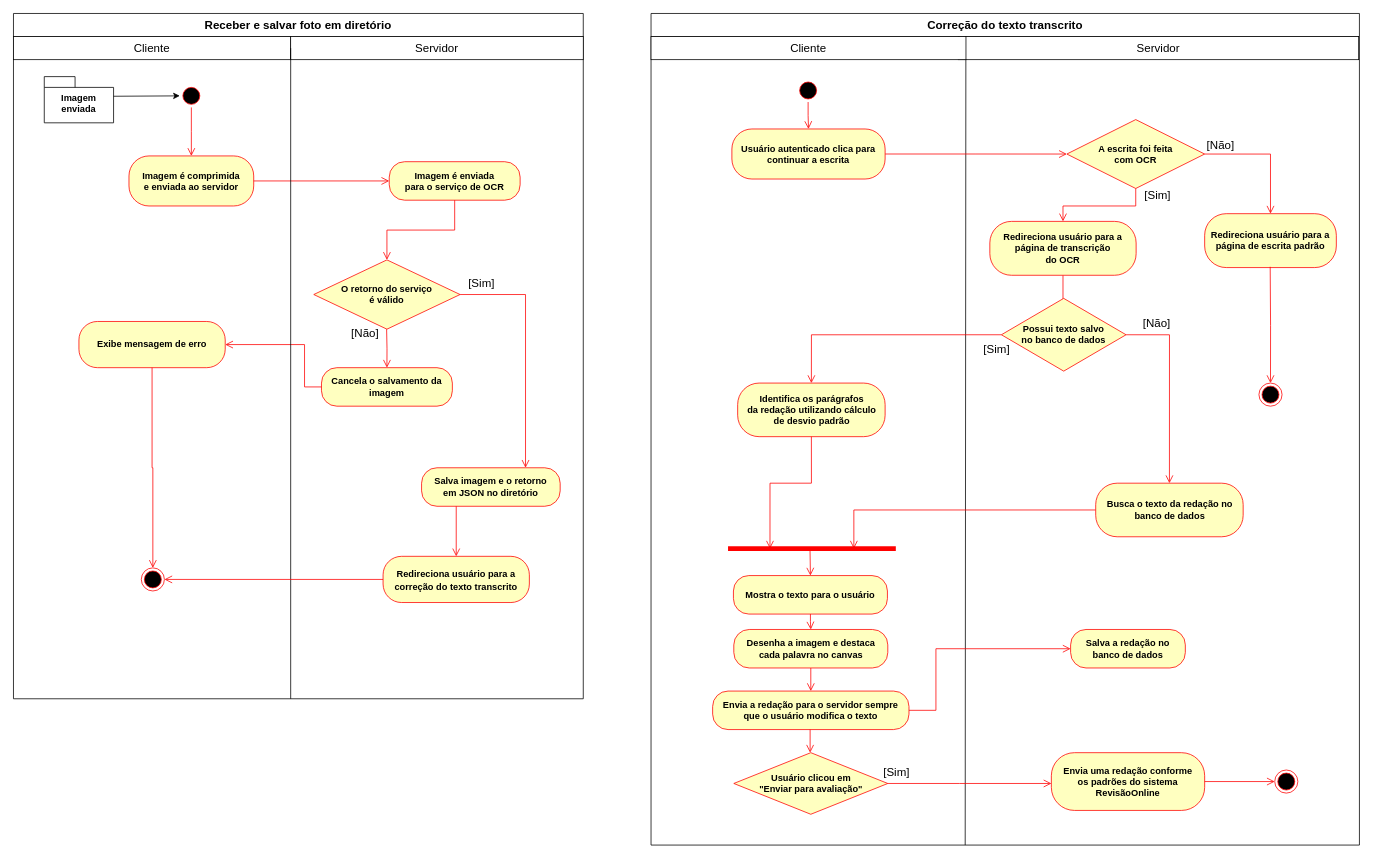
The draw.io diagram Atividade.drawio in zanellaz/javascripto, before the edit. Source tidied: cells renumbered, new cells numbered last; positions are measured from the earlier drawing's top-left corner, leaving out a move shared by most shapes. Both pictures are drawn from the tidied source at 77%, with x=0, y=0 at pixel (13, 13).
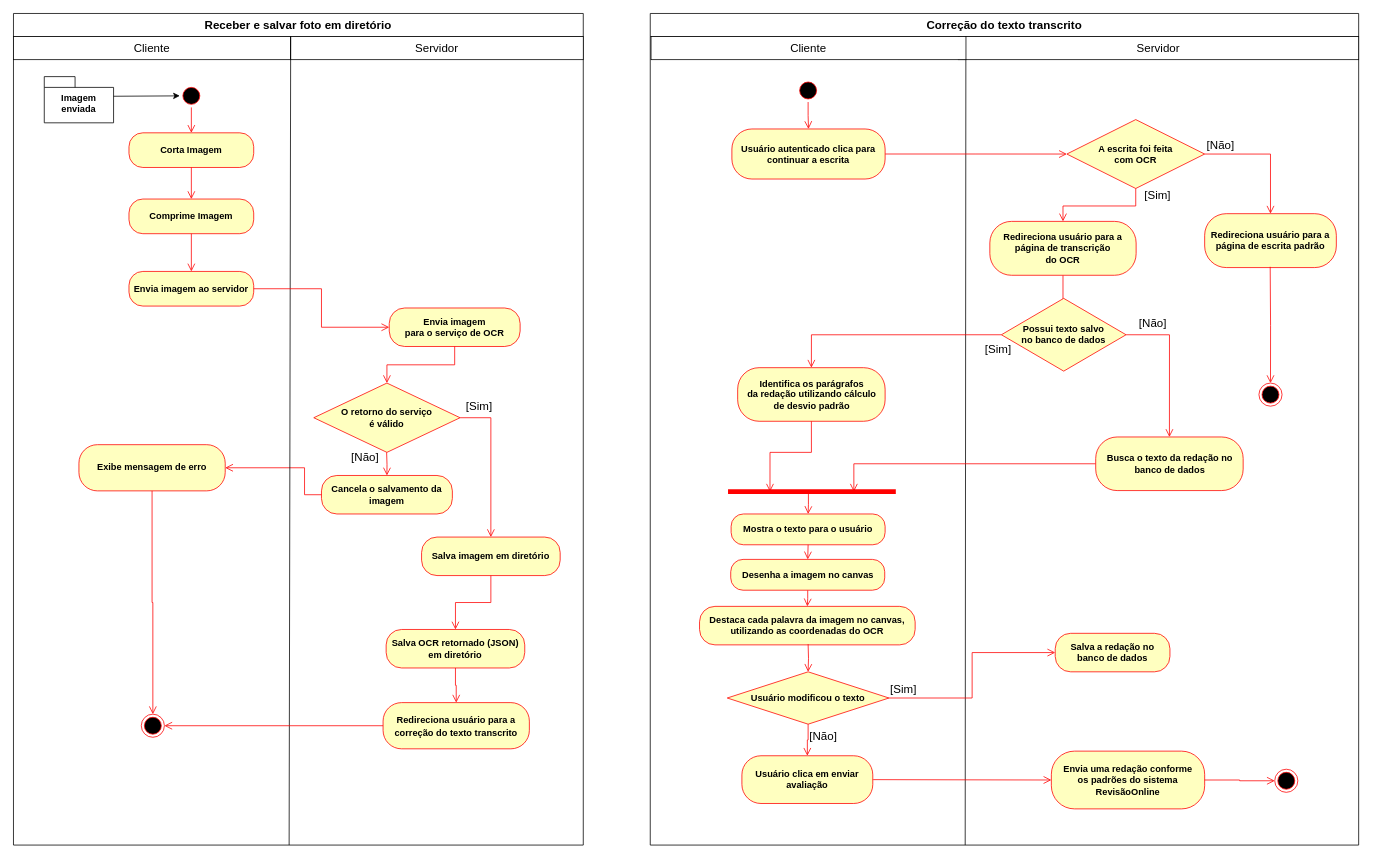
The same page after the edit.

Unchanged cells that the change refers to:
```xml
<mxCell id="4" style="ellipse;html=1;shape=startState;fillColor=#000000;strokeColor=#ff0000;" parent="2" vertex="1">
  <mxGeometry x="216" y="92" width="30" height="30" as="geometry" />
</mxCell>
<mxCell id="14" value="&lt;font style=&quot;font-size: 15px;&quot;&gt;Cliente&lt;/font&gt;" style="html=1;whiteSpace=wrap;" parent="2" vertex="1">
  <mxGeometry y="30" width="360" height="30" as="geometry" />
</mxCell>
```

Change to the diagram source:
```diff
@@
     <mxCell id="2" value="&lt;font style=&quot;font-size: 15px;&quot;&gt;Receber e salvar foto em diretório&lt;/font&gt;" style="swimlane;whiteSpace=wrap;html=1;startSize=30;" parent="1" vertex="1">
-      <mxGeometry width="740" height="890" as="geometry" />
+      <mxGeometry width="740" height="1080" as="geometry" />
     </mxCell>
@@
-    <mxCell id="5" style="edgeStyle=orthogonalEdgeStyle;html=1;verticalAlign=bottom;endArrow=open;endSize=8;strokeColor=#ff0000;rounded=0;" parent="2" edge="1" source="4">
-      <mxGeometry relative="1" as="geometry">
-        <mxPoint x="231" y="185" as="targetPoint" />
-      </mxGeometry>
-    </mxCell>
-    <mxCell id="6" value="&lt;div&gt;&lt;font size=&quot;1&quot;&gt;&lt;b style=&quot;font-size: 12px;&quot;&gt;Imagem é comprimida&lt;br&gt;e enviada ao servidor&lt;br&gt;&lt;/b&gt;&lt;/font&gt;&lt;/div&gt;" style="rounded=1;whiteSpace=wrap;html=1;arcSize=40;fontColor=#000000;fillColor=#ffffc0;strokeColor=#ff0000;" parent="2" vertex="1">
-      <mxGeometry x="150" y="185" width="162" height="65" as="geometry" />
+    <mxCell id="6" value="&lt;div&gt;&lt;font size=&quot;1&quot;&gt;&lt;b style=&quot;font-size: 12px;&quot;&gt;Comprime Imagem&lt;/b&gt;&lt;/font&gt;&lt;/div&gt;" style="rounded=1;whiteSpace=wrap;html=1;arcSize=40;fontColor=#000000;fillColor=#ffffc0;strokeColor=#ff0000;" parent="2" vertex="1">
+      <mxGeometry x="150" y="241" width="162" height="45" as="geometry" />
     </mxCell>
-    <mxCell id="7" style="edgeStyle=orthogonalEdgeStyle;html=1;verticalAlign=bottom;endArrow=open;endSize=8;strokeColor=#ff0000;rounded=0;entryX=0;entryY=0.5;entryDx=0;entryDy=0;" parent="2" edge="1" source="6" target="9">
-      <mxGeometry relative="1" as="geometry" />
-    </mxCell>
@@
-    <mxCell id="9" value="&lt;font style=&quot;font-size: 12px;&quot;&gt;&lt;b&gt;Imagem é enviada &lt;br&gt;para o serviço de OCR&lt;/b&gt;&lt;/font&gt;" style="rounded=1;whiteSpace=wrap;html=1;arcSize=40;fontColor=#000000;fillColor=#ffffc0;strokeColor=#ff0000;" parent="2" vertex="1">
-      <mxGeometry x="488" y="192.5" width="170" height="50" as="geometry" />
+    <mxCell id="9" value="&lt;font style=&quot;font-size: 12px;&quot;&gt;&lt;b&gt;Envia imagem&lt;br&gt;para o serviço de OCR&lt;/b&gt;&lt;/font&gt;" style="rounded=1;whiteSpace=wrap;html=1;arcSize=40;fontColor=#000000;fillColor=#ffffc0;strokeColor=#ff0000;" parent="2" vertex="1">
+      <mxGeometry x="488" y="382.5" width="170" height="50" as="geometry" />
     </mxCell>
     <mxCell id="10" value="&lt;b&gt;Cancela o salvamento da imagem&lt;br&gt;&lt;/b&gt;" style="rounded=1;whiteSpace=wrap;html=1;arcSize=40;fontColor=#000000;fillColor=#ffffc0;strokeColor=#ff0000;" parent="2" vertex="1">
-      <mxGeometry x="400" y="460" width="170" height="50" as="geometry" />
+      <mxGeometry x="400" y="600" width="170" height="50" as="geometry" />
     </mxCell>
     <mxCell id="11" value="&lt;b&gt;Exibe mensagem de erro&lt;/b&gt;" style="rounded=1;whiteSpace=wrap;html=1;arcSize=40;fontColor=#000000;fillColor=#ffffc0;strokeColor=#ff0000;" parent="2" vertex="1">
-      <mxGeometry x="85" y="400" width="190" height="60" as="geometry" />
+      <mxGeometry x="85" y="560" width="190" height="60" as="geometry" />
     </mxCell>
     <mxCell id="12" style="edgeStyle=orthogonalEdgeStyle;html=1;verticalAlign=bottom;endArrow=open;endSize=8;strokeColor=#ff0000;rounded=0;exitX=0;exitY=0.5;exitDx=0;exitDy=0;entryX=1;entryY=0.5;entryDx=0;entryDy=0;" parent="2" edge="1" source="10" target="11">
       <mxGeometry relative="1" as="geometry">
         <Array as="points">
-          <mxPoint x="378" y="485" />
-          <mxPoint x="378" y="430" />
+          <mxPoint x="378" y="625" />
+          <mxPoint x="378" y="590" />
         </Array>
       </mxGeometry>
     </mxCell>
     <mxCell id="13" style="ellipse;html=1;shape=endState;fillColor=#000000;strokeColor=#ff0000;" parent="2" vertex="1">
-      <mxGeometry x="166" y="720" width="30" height="30" as="geometry" />
+      <mxGeometry x="166" y="910" width="30" height="30" as="geometry" />
     </mxCell>
@@
-    <mxCell id="16" style="endArrow=none;html=1;rounded=0;entryX=1;entryY=0.5;entryDx=0;entryDy=0;" parent="2" edge="1">
+    <mxCell id="16" style="endArrow=none;html=1;rounded=0;entryX=1;entryY=0;entryDx=0;entryDy=0;" parent="2" edge="1" target="14">
       <mxGeometry relative="1" as="geometry">
-        <mxPoint x="360" y="890" as="sourcePoint" />
-        <mxPoint x="360" y="45" as="targetPoint" />
+        <mxPoint x="358" y="1080" as="sourcePoint" />
       </mxGeometry>
     </mxCell>
@@
     <mxCell id="18" value="&lt;font style=&quot;font-size: 12px;&quot;&gt;&lt;b&gt;O retorno do serviço&lt;br&gt; é válido&lt;/b&gt;&lt;/font&gt;" style="rhombus;whiteSpace=wrap;html=1;fontColor=#000000;fillColor=#ffffc0;strokeColor=#ff0000;" parent="2" vertex="1">
-      <mxGeometry x="390" y="320" width="190" height="90" as="geometry" />
+      <mxGeometry x="390" y="480" width="190" height="90" as="geometry" />
     </mxCell>
@@
     <mxCell id="20" value="&lt;font style=&quot;font-size: 15px;&quot;&gt;[&lt;/font&gt;&lt;font style=&quot;font-size: 15px;&quot;&gt;Não]&lt;/font&gt;" style="edgeStyle=orthogonalEdgeStyle;html=1;align=left;verticalAlign=top;endArrow=open;endSize=8;strokeColor=#ff0000;rounded=0;entryX=0.5;entryY=0;entryDx=0;entryDy=0;" parent="2" edge="1" target="10">
       <mxGeometry x="-1" y="-48" relative="1" as="geometry">
-        <mxPoint x="484.6" y="410" as="sourcePoint" />
+        <mxPoint x="484.6" y="570" as="sourcePoint" />
         <mxPoint y="-11" as="offset" />
       </mxGeometry>
     </mxCell>
-    <mxCell id="21" value="&lt;font style=&quot;font-size: 15px;&quot;&gt;[&lt;/font&gt;&lt;font style=&quot;font-size: 15px;&quot;&gt;Sim]&lt;/font&gt;" style="edgeStyle=orthogonalEdgeStyle;html=1;align=left;verticalAlign=top;endArrow=open;endSize=8;strokeColor=#ff0000;rounded=0;entryX=0.75;entryY=0;entryDx=0;entryDy=0;exitX=1;exitY=0.5;exitDx=0;exitDy=0;" parent="2" edge="1" source="18" target="22">
+    <mxCell id="21" value="&lt;font style=&quot;font-size: 15px;&quot;&gt;[&lt;/font&gt;&lt;font style=&quot;font-size: 15px;&quot;&gt;Sim]&lt;/font&gt;" style="edgeStyle=orthogonalEdgeStyle;html=1;align=left;verticalAlign=top;endArrow=open;endSize=8;strokeColor=#ff0000;rounded=0;entryX=0.5;entryY=0;entryDx=0;entryDy=0;exitX=1;exitY=0.5;exitDx=0;exitDy=0;" parent="2" edge="1" source="18" target="64">
       <mxGeometry x="-0.94" y="30" relative="1" as="geometry" />
     </mxCell>
-    <mxCell id="22" value="&lt;b&gt;Salva imagem e o retorno &lt;br&gt;em JSON no diretório&lt;br&gt;&lt;/b&gt;" style="rounded=1;whiteSpace=wrap;html=1;arcSize=40;fontColor=#000000;fillColor=#ffffc0;strokeColor=#ff0000;" parent="2" vertex="1">
-      <mxGeometry x="530" y="590" width="180" height="50" as="geometry" />
+    <mxCell id="22" value="&lt;b&gt;Salva OCR retornado (JSON)&lt;br&gt;em diretório&lt;br&gt;&lt;/b&gt;" style="rounded=1;whiteSpace=wrap;html=1;arcSize=40;fontColor=#000000;fillColor=#ffffc0;strokeColor=#ff0000;" parent="2" vertex="1">
+      <mxGeometry x="484" y="800" width="180" height="50" as="geometry" />
     </mxCell>
-    <mxCell id="23" style="edgeStyle=orthogonalEdgeStyle;html=1;verticalAlign=bottom;endArrow=open;endSize=8;strokeColor=#ff0000;rounded=0;exitX=0.25;exitY=1;exitDx=0;exitDy=0;entryX=0.5;entryY=0;entryDx=0;entryDy=0;" parent="2" edge="1" source="22" target="24">
+    <mxCell id="23" style="edgeStyle=orthogonalEdgeStyle;html=1;verticalAlign=bottom;endArrow=open;endSize=8;strokeColor=#ff0000;rounded=0;exitX=0.5;exitY=1;exitDx=0;exitDy=0;entryX=0.5;entryY=0;entryDx=0;entryDy=0;" parent="2" edge="1" source="22" target="24">
       <mxGeometry relative="1" as="geometry" />
     </mxCell>
     <mxCell id="24" value="&lt;font style=&quot;font-size: 14px;&quot;&gt;&lt;b style=&quot;font-size: 12px;&quot;&gt;&lt;font style=&quot;font-size: 12px;&quot;&gt;Redireciona usuário para a correção do texto transcrito&lt;br&gt;&lt;/font&gt;&lt;/b&gt;&lt;/font&gt;" style="rounded=1;whiteSpace=wrap;html=1;arcSize=40;fontColor=#000000;fillColor=#ffffc0;strokeColor=#ff0000;" parent="2" vertex="1">
-      <mxGeometry x="480" y="705" width="190" height="60" as="geometry" />
+      <mxGeometry x="480" y="895" width="190" height="60" as="geometry" />
     </mxCell>
@@
+    <mxCell id="64" value="&lt;b&gt;Salva imagem em diretório&lt;br&gt;&lt;/b&gt;" style="rounded=1;whiteSpace=wrap;html=1;arcSize=40;fontColor=#000000;fillColor=#ffffc0;strokeColor=#ff0000;" parent="2" vertex="1">
+      <mxGeometry x="530" y="680" width="180" height="50" as="geometry" />
+    </mxCell>
+    <mxCell id="65" style="edgeStyle=orthogonalEdgeStyle;html=1;verticalAlign=bottom;endArrow=open;endSize=8;strokeColor=#ff0000;rounded=0;exitX=0.5;exitY=1;exitDx=0;exitDy=0;entryX=0.5;entryY=0;entryDx=0;entryDy=0;" parent="2" edge="1" source="64" target="22">
+      <mxGeometry relative="1" as="geometry" />
+    </mxCell>
     <mxCell id="26" value="&lt;font style=&quot;font-size: 15px;&quot;&gt;Correção do texto transcrito&lt;/font&gt;" style="swimlane;whiteSpace=wrap;html=1;startSize=30;" parent="1" vertex="1">
-      <mxGeometry x="828" width="920" height="1080" as="geometry" />
+      <mxGeometry x="827" width="920" height="1080" as="geometry" />
     </mxCell>
     <mxCell id="27" style="endArrow=none;html=1;rounded=0;entryX=0.021;entryY=0.04;entryDx=0;entryDy=0;entryPerimeter=0;" parent="26" edge="1">
       <mxGeometry relative="1" as="geometry">
-        <mxPoint x="408" y="1080" as="sourcePoint" />
-        <mxPoint x="408.9" y="31.2" as="targetPoint" />
+        <mxPoint x="409" y="1080" as="sourcePoint" />
+        <mxPoint x="409.9" y="31.2" as="targetPoint" />
       </mxGeometry>
     </mxCell>
+    <mxCell id="66" value="&lt;b&gt;Usuário modificou o texto&lt;br&gt;&lt;/b&gt;" style="rhombus;whiteSpace=wrap;html=1;fontColor=#000000;fillColor=#ffffc0;strokeColor=#ff0000;" parent="26" vertex="1">
+      <mxGeometry x="100" y="855" width="210" height="68" as="geometry" />
+    </mxCell>
+    <mxCell id="67" value="&lt;b&gt;Usuário clica em enviar avaliação&lt;/b&gt;" style="rounded=1;whiteSpace=wrap;html=1;arcSize=40;fontColor=#000000;fillColor=#ffffc0;strokeColor=#ff0000;" parent="26" vertex="1">
+      <mxGeometry x="119" y="964" width="170" height="62" as="geometry" />
+    </mxCell>
+    <mxCell id="68" value="&lt;font style=&quot;font-size: 15px;&quot;&gt;[Não]&lt;/font&gt;" style="edgeStyle=orthogonalEdgeStyle;html=1;align=left;verticalAlign=top;endArrow=open;endSize=8;strokeColor=#ff0000;rounded=0;entryX=0.5;entryY=0;entryDx=0;entryDy=0;" parent="26" edge="1" source="66" target="67">
+      <mxGeometry x="-1" relative="1" as="geometry" />
+    </mxCell>
-    <mxCell id="28" style="edgeStyle=orthogonalEdgeStyle;html=1;align=left;verticalAlign=top;endArrow=open;endSize=8;strokeColor=#ff0000;rounded=0;entryX=0.5;entryY=0;entryDx=0;entryDy=0;exitX=0.5;exitY=1;exitDx=0;exitDy=0;" parent="1" edge="1" source="49" target="29">
+    <mxCell id="28" style="edgeStyle=orthogonalEdgeStyle;html=1;align=left;verticalAlign=top;endArrow=open;endSize=8;strokeColor=#ff0000;rounded=0;exitX=0.5;exitY=1;exitDx=0;exitDy=0;entryX=0.5;entryY=0;entryDx=0;entryDy=0;" parent="1" edge="1" source="49" target="70">
       <mxGeometry x="-1" relative="1" as="geometry" />
     </mxCell>
-    <mxCell id="29" value="&lt;b&gt;Envia a redação para o servidor sempre&lt;br&gt; que o usuário modifica o texto&lt;br&gt;&lt;/b&gt;" style="rounded=1;whiteSpace=wrap;html=1;arcSize=40;fontColor=#000000;fillColor=#ffffc0;strokeColor=#ff0000;" parent="1" vertex="1">
-      <mxGeometry x="908" y="880" width="255" height="50" as="geometry" />
-    </mxCell>
-    <mxCell id="30" style="edgeStyle=orthogonalEdgeStyle;html=1;align=left;verticalAlign=top;endArrow=open;endSize=8;strokeColor=#ff0000;rounded=0;entryX=0.5;entryY=0;entryDx=0;entryDy=0;exitX=0.5;exitY=1;exitDx=0;exitDy=0;" parent="1" edge="1">
-      <mxGeometry x="-1" relative="1" as="geometry">
-        <mxPoint x="1034.6" y="930" as="sourcePoint" />
-        <mxPoint x="1034.6" y="960" as="targetPoint" />
-        <Array as="points">
-          <mxPoint x="1034.6" y="950" />
-          <mxPoint x="1034.6" y="950" />
-        </Array>
-      </mxGeometry>
-    </mxCell>
@@
     <mxCell id="43" value="&lt;b&gt;Identifica os parágrafos &lt;br&gt;da redação utilizando cálculo&lt;br&gt; de desvio padrão&lt;br&gt;&lt;/b&gt;" style="rounded=1;whiteSpace=wrap;html=1;arcSize=40;fontColor=#000000;fillColor=#ffffc0;strokeColor=#ff0000;" parent="1" vertex="1">
-      <mxGeometry x="940.5" y="480" width="191.5" height="69.6" as="geometry" />
+      <mxGeometry x="940.5" y="460" width="191.5" height="69.6" as="geometry" />
     </mxCell>
     <mxCell id="44" value="&lt;b&gt;Mostra o texto para o usuário&lt;br&gt;&lt;/b&gt;" style="rounded=1;whiteSpace=wrap;html=1;arcSize=40;fontColor=#000000;fillColor=#ffffc0;strokeColor=#ff0000;" parent="1" vertex="1">
-      <mxGeometry x="935" y="730" width="200" height="50" as="geometry" />
+      <mxGeometry x="932" y="650" width="200" height="40" as="geometry" />
     </mxCell>
     <mxCell id="45" style="edgeStyle=orthogonalEdgeStyle;html=1;align=left;verticalAlign=top;endArrow=open;endSize=8;strokeColor=#ff0000;rounded=0;exitX=0.5;exitY=1;exitDx=0;exitDy=0;entryX=0.25;entryY=0.5;entryDx=0;entryDy=0;entryPerimeter=0;" parent="1" edge="1" source="43" target="46">
       <mxGeometry x="-1" relative="1" as="geometry">
         <Array as="points">
-          <mxPoint x="1036" y="610" />
-          <mxPoint x="982" y="610" />
+          <mxPoint x="1036" y="570" />
+          <mxPoint x="982" y="570" />
         </Array>
       </mxGeometry>
     </mxCell>
     <mxCell id="46" style="shape=line;html=1;strokeWidth=6;strokeColor=#ff0000;" parent="1" vertex="1">
-      <mxGeometry x="928" y="690" width="217.9" height="10" as="geometry" />
+      <mxGeometry x="928" y="616" width="217.9" height="10" as="geometry" />
     </mxCell>
-    <mxCell id="47" style="edgeStyle=orthogonalEdgeStyle;html=1;align=left;verticalAlign=top;endArrow=open;endSize=8;strokeColor=#ff0000;rounded=0;entryX=0.5;entryY=0;entryDx=0;entryDy=0;" parent="1" edge="1" target="44">
-      <mxGeometry x="-1" relative="1" as="geometry">
-        <mxPoint x="1034.5" y="698" as="sourcePoint" />
-      </mxGeometry>
+    <mxCell id="47" style="edgeStyle=orthogonalEdgeStyle;html=1;align=left;verticalAlign=top;endArrow=open;endSize=8;strokeColor=#ff0000;rounded=0;entryX=0.5;entryY=0;entryDx=0;entryDy=0;exitX=0.479;exitY=0.485;exitDx=0;exitDy=0;exitPerimeter=0;" parent="1" edge="1" source="46" target="44">
+      <mxGeometry x="-1" relative="1" as="geometry" />
     </mxCell>
     <mxCell id="48" style="edgeStyle=orthogonalEdgeStyle;html=1;align=left;verticalAlign=top;endArrow=open;endSize=8;strokeColor=#ff0000;rounded=0;entryX=0.75;entryY=0.5;entryDx=0;entryDy=0;entryPerimeter=0;exitX=0;exitY=0.5;exitDx=0;exitDy=0;" parent="1" edge="1" source="61" target="46">
       <mxGeometry x="-1" relative="1" as="geometry">
         <Array as="points">
-          <mxPoint x="1092" y="645" />
+          <mxPoint x="1092" y="585" />
         </Array>
       </mxGeometry>
     </mxCell>
-    <mxCell id="49" value="&lt;b&gt;Desenha a imagem e destaca &lt;br&gt;cada palavra no canvas&lt;br&gt;&lt;/b&gt;" style="rounded=1;whiteSpace=wrap;html=1;arcSize=40;fontColor=#000000;fillColor=#ffffc0;strokeColor=#ff0000;" parent="1" vertex="1">
-      <mxGeometry x="935.5" y="800" width="200" height="50" as="geometry" />
+    <mxCell id="49" value="&lt;b&gt;Desenha a imagem no canvas&lt;br&gt;&lt;/b&gt;" style="rounded=1;whiteSpace=wrap;html=1;arcSize=40;fontColor=#000000;fillColor=#ffffc0;strokeColor=#ff0000;" parent="1" vertex="1">
+      <mxGeometry x="931.5" y="709" width="200" height="40" as="geometry" />
     </mxCell>
@@
-    <mxCell id="51" value="&lt;b&gt;Usuário clicou em&lt;br&gt;&quot;Enviar para avaliação&quot;&lt;/b&gt;" style="rhombus;whiteSpace=wrap;html=1;fontColor=#000000;fillColor=#ffffc0;strokeColor=#ff0000;" parent="1" vertex="1">
-      <mxGeometry x="935.5" y="960" width="200" height="80" as="geometry" />
-    </mxCell>
-    <mxCell id="52" style="edgeStyle=orthogonalEdgeStyle;html=1;align=left;verticalAlign=top;endArrow=open;endSize=8;strokeColor=#ff0000;rounded=0;entryX=0;entryY=0.5;entryDx=0;entryDy=0;exitX=1;exitY=0.5;exitDx=0;exitDy=0;" parent="1" edge="1" source="29" target="63">
-      <mxGeometry x="-1" relative="1" as="geometry">
-        <Array as="points">
-          <mxPoint x="1198" y="905" />
-          <mxPoint x="1198" y="825" />
-        </Array>
-      </mxGeometry>
-    </mxCell>
@@
-    <mxCell id="56" value="&lt;font style=&quot;font-size: 15px;&quot;&gt;[Sim]&lt;/font&gt;" style="edgeStyle=orthogonalEdgeStyle;html=1;align=left;verticalAlign=top;endArrow=open;endSize=8;strokeColor=#ff0000;rounded=0;exitX=1;exitY=0.5;exitDx=0;exitDy=0;" parent="1" edge="1">
-      <mxGeometry x="-1" y="31" relative="1" as="geometry">
-        <mxPoint x="1135.5" y="1000" as="sourcePoint" />
-        <mxPoint x="1348" y="1000" as="targetPoint" />
+    <mxCell id="56" style="edgeStyle=orthogonalEdgeStyle;html=1;align=left;verticalAlign=top;endArrow=open;endSize=8;strokeColor=#ff0000;rounded=0;exitX=1;exitY=0.5;exitDx=0;exitDy=0;entryX=0;entryY=0.5;entryDx=0;entryDy=0;" parent="1" edge="1" source="67" target="57">
+      <mxGeometry x="-0.99" y="2" relative="1" as="geometry">
         <Array as="points">
-          <mxPoint x="1228.5" y="1000" />
-          <mxPoint x="1228.5" y="1000" />
+          <mxPoint x="1117" y="996" />
         </Array>
-        <mxPoint x="-8" y="1" as="offset" />
+        <mxPoint x="-2" y="1" as="offset" />
       </mxGeometry>
     </mxCell>
     <mxCell id="57" value="&lt;b&gt;Envia uma redação conforme&lt;br&gt; os padrões do sistema RevisãoOnline&lt;/b&gt;" style="rounded=1;whiteSpace=wrap;html=1;arcSize=40;fontColor=#000000;fillColor=#ffffc0;strokeColor=#ff0000;" parent="1" vertex="1">
-      <mxGeometry x="1347.9" y="960" width="199.1" height="75" as="geometry" />
+      <mxGeometry x="1347.9" y="958" width="199.1" height="75" as="geometry" />
     </mxCell>
@@
     <mxCell id="59" style="ellipse;html=1;shape=endState;fillColor=#000000;strokeColor=#ff0000;" parent="1" vertex="1">
-      <mxGeometry x="1638" y="982.5" width="30" height="30" as="geometry" />
+      <mxGeometry x="1638" y="981.5" width="30" height="30" as="geometry" />
     </mxCell>
@@
     <mxCell id="61" value="&lt;b&gt;Busca o texto da redação no banco de dados&lt;br&gt;&lt;/b&gt;" style="rounded=1;whiteSpace=wrap;html=1;arcSize=40;fontColor=#000000;fillColor=#ffffc0;strokeColor=#ff0000;" parent="1" vertex="1">
-      <mxGeometry x="1405.5" y="610" width="191.5" height="69.6" as="geometry" />
+      <mxGeometry x="1405.5" y="550" width="191.5" height="69.6" as="geometry" />
     </mxCell>
@@
     <mxCell id="63" value="&lt;b&gt;Salva a redação no banco de dados&lt;br&gt;&lt;/b&gt;" style="rounded=1;whiteSpace=wrap;html=1;arcSize=40;fontColor=#000000;fillColor=#ffffc0;strokeColor=#ff0000;" parent="1" vertex="1">
-      <mxGeometry x="1372.9" y="800" width="149" height="50" as="geometry" />
+      <mxGeometry x="1352.9" y="805" width="149" height="50" as="geometry" />
     </mxCell>
+    <mxCell id="69" value="&lt;font style=&quot;font-size: 15px;&quot;&gt;[Sim]&lt;/font&gt;" style="edgeStyle=orthogonalEdgeStyle;html=1;align=left;verticalAlign=bottom;endArrow=open;endSize=8;strokeColor=#ff0000;rounded=0;entryX=0;entryY=0.5;entryDx=0;entryDy=0;" parent="1" edge="1" source="66" target="63">
+      <mxGeometry x="-1" relative="1" as="geometry" />
+    </mxCell>
+    <mxCell id="70" value="&lt;b&gt;Destaca cada palavra da imagem no canvas, utilizando as coordenadas do OCR&lt;br&gt;&lt;/b&gt;" style="rounded=1;whiteSpace=wrap;html=1;arcSize=40;fontColor=#000000;fillColor=#ffffc0;strokeColor=#ff0000;" parent="1" vertex="1">
+      <mxGeometry x="891" y="770" width="280" height="50" as="geometry" />
+    </mxCell>
+    <mxCell id="71" style="edgeStyle=orthogonalEdgeStyle;html=1;align=left;verticalAlign=top;endArrow=open;endSize=8;strokeColor=#ff0000;rounded=0;exitX=0.5;exitY=1;exitDx=0;exitDy=0;entryX=0.5;entryY=0;entryDx=0;entryDy=0;" parent="1" edge="1" target="66">
+      <mxGeometry x="-1" relative="1" as="geometry">
+        <mxPoint x="1032" y="819" as="sourcePoint" />
+      </mxGeometry>
+    </mxCell>
+    <mxCell id="72" value="&lt;font style=&quot;font-size: 12px;&quot;&gt;&lt;b style=&quot;&quot;&gt;Corta Imagem&lt;br&gt;&lt;/b&gt;&lt;/font&gt;" style="rounded=1;whiteSpace=wrap;html=1;arcSize=40;fontColor=#000000;fillColor=#ffffc0;strokeColor=#ff0000;" parent="1" vertex="1">
+      <mxGeometry x="150" y="155" width="162" height="45" as="geometry" />
+    </mxCell>
+    <mxCell id="5" style="edgeStyle=orthogonalEdgeStyle;html=1;verticalAlign=bottom;endArrow=open;endSize=8;strokeColor=#ff0000;rounded=0;entryX=0.5;entryY=0;entryDx=0;entryDy=0;exitX=0.5;exitY=1;exitDx=0;exitDy=0;" parent="1" edge="1" source="4" target="72">
+      <mxGeometry relative="1" as="geometry" />
+    </mxCell>
+    <mxCell id="73" style="edgeStyle=orthogonalEdgeStyle;html=1;verticalAlign=bottom;endArrow=open;endSize=8;strokeColor=#ff0000;rounded=0;entryX=0.5;entryY=0;entryDx=0;entryDy=0;exitX=0.5;exitY=1;exitDx=0;exitDy=0;" parent="1" edge="1" source="72" target="6">
+      <mxGeometry relative="1" as="geometry" />
+    </mxCell>
+    <mxCell id="74" value="&lt;div&gt;&lt;font size=&quot;1&quot;&gt;&lt;b style=&quot;font-size: 12px;&quot;&gt;Envia imagem ao servidor&lt;br&gt;&lt;/b&gt;&lt;/font&gt;&lt;/div&gt;" style="rounded=1;whiteSpace=wrap;html=1;arcSize=40;fontColor=#000000;fillColor=#ffffc0;strokeColor=#ff0000;" parent="1" vertex="1">
+      <mxGeometry x="150" y="335" width="162" height="45" as="geometry" />
+    </mxCell>
+    <mxCell id="7" style="edgeStyle=orthogonalEdgeStyle;html=1;verticalAlign=bottom;endArrow=open;endSize=8;strokeColor=#ff0000;rounded=0;entryX=0;entryY=0.5;entryDx=0;entryDy=0;exitX=1;exitY=0.5;exitDx=0;exitDy=0;" parent="1" edge="1" source="74" target="9">
+      <mxGeometry relative="1" as="geometry" />
+    </mxCell>
+    <mxCell id="75" style="edgeStyle=orthogonalEdgeStyle;html=1;verticalAlign=bottom;endArrow=open;endSize=8;strokeColor=#ff0000;rounded=0;entryX=0.5;entryY=0;entryDx=0;entryDy=0;exitX=0.5;exitY=1;exitDx=0;exitDy=0;" parent="1" edge="1" source="6" target="74">
+      <mxGeometry relative="1" as="geometry" />
+    </mxCell>
```
